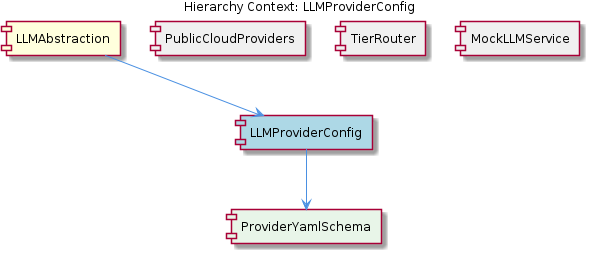
The PlantUML diagram knowledge-management/insights/images/llmprovider-config-relationship.png in fwornle/coding, before a commit. Its source is kept beside it as .data/knowledge-graph/insights/puml/llmprovider-config-relationship.puml. Source of this version:
```plantuml
@startuml
!include _standard-style.puml

title Hierarchy Context: LLMProviderConfig

[LLMAbstraction] as llmabstraction #FFFFDD
[LLMProviderConfig] as llmprovider_config #LightBlue
[PublicCloudProviders] as public_cloud_providers #F0F0F0
[TierRouter] as tier_router #F0F0F0
[MockLLMService] as mock_llmservice #F0F0F0
[ProviderYamlSchema] as provider_yaml_schema #E8F5E8

llmabstraction --> llmprovider_config
public_cloud_providers -[hidden]- llmprovider_config
tier_router -[hidden]- llmprovider_config
mock_llmservice -[hidden]- llmprovider_config
llmprovider_config --> provider_yaml_schema

@enduml
```
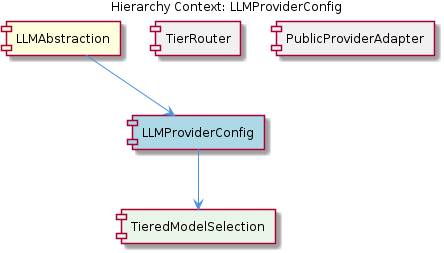
The same file after the commit.

Change to the diagram source:
```diff
@@ -5,15 +5,13 @@
 
 [LLMAbstraction] as llmabstraction #FFFFDD
 [LLMProviderConfig] as llmprovider_config #LightBlue
-[PublicCloudProviders] as public_cloud_providers #F0F0F0
 [TierRouter] as tier_router #F0F0F0
-[MockLLMService] as mock_llmservice #F0F0F0
-[ProviderYamlSchema] as provider_yaml_schema #E8F5E8
+[PublicProviderAdapter] as public_provider_adapter #F0F0F0
+[TieredModelSelection] as tiered_model_selection #E8F5E8
 
 llmabstraction --> llmprovider_config
-public_cloud_providers -[hidden]- llmprovider_config
 tier_router -[hidden]- llmprovider_config
-mock_llmservice -[hidden]- llmprovider_config
-llmprovider_config --> provider_yaml_schema
+public_provider_adapter -[hidden]- llmprovider_config
+llmprovider_config --> tiered_model_selection
 
 @enduml
```
